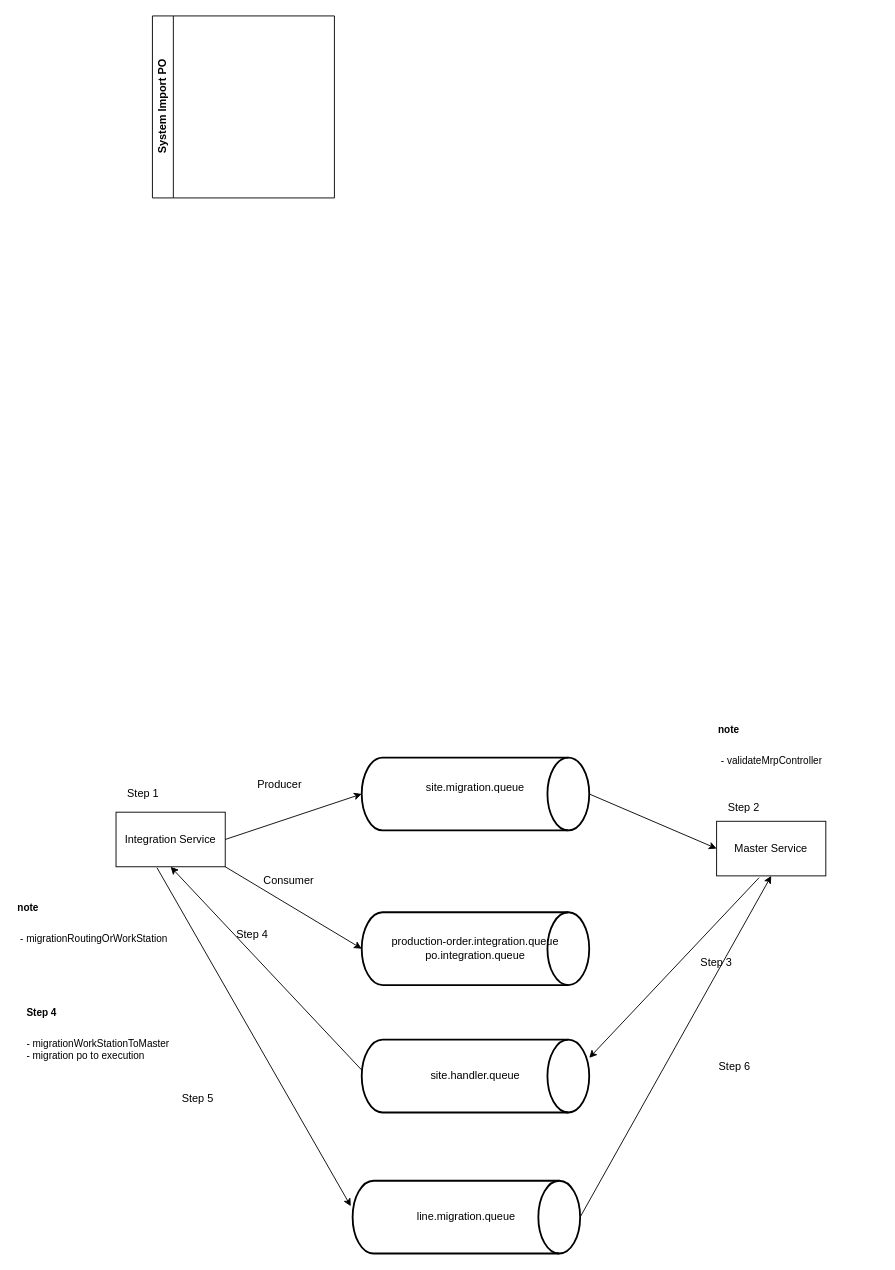
Earlier version of the draw.io diagram page "[Grid]Import_PO" (7 of 7) of Realtime.drawio (tuankhoi2206/Draft-system-overview). Source tidied: cells renumbered, new cells numbered last; positions are measured from the earlier drawing's top-left corner, leaving out a move shared by most shapes. Both pictures are drawn from the tidied source at 91%, with x=0, y=0 at pixel (15, 15).
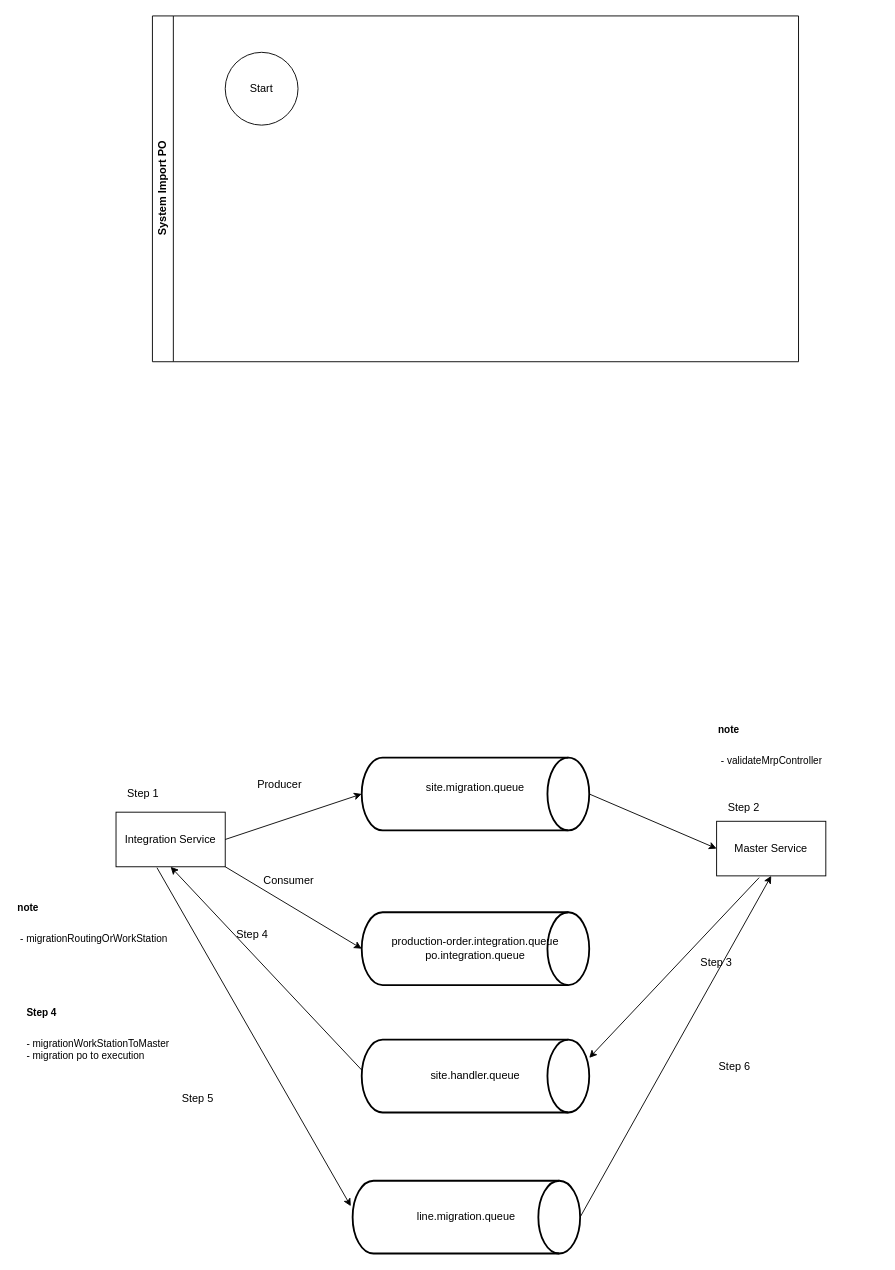
The same page after the edit.

What changed in the source:
```diff
@@
     <mxCell id="26" value="System Import PO" style="swimlane;horizontal=0;whiteSpace=wrap;html=1;" parent="1" vertex="1">
-      <mxGeometry x="150" width="200" height="200" as="geometry" />
+      <mxGeometry x="150" width="710" height="380" as="geometry" />
     </mxCell>
+    <mxCell id="27" value="Start" style="ellipse;whiteSpace=wrap;html=1;" parent="26" vertex="1">
+      <mxGeometry x="80" y="40" width="80" height="80" as="geometry" />
+    </mxCell>
```
